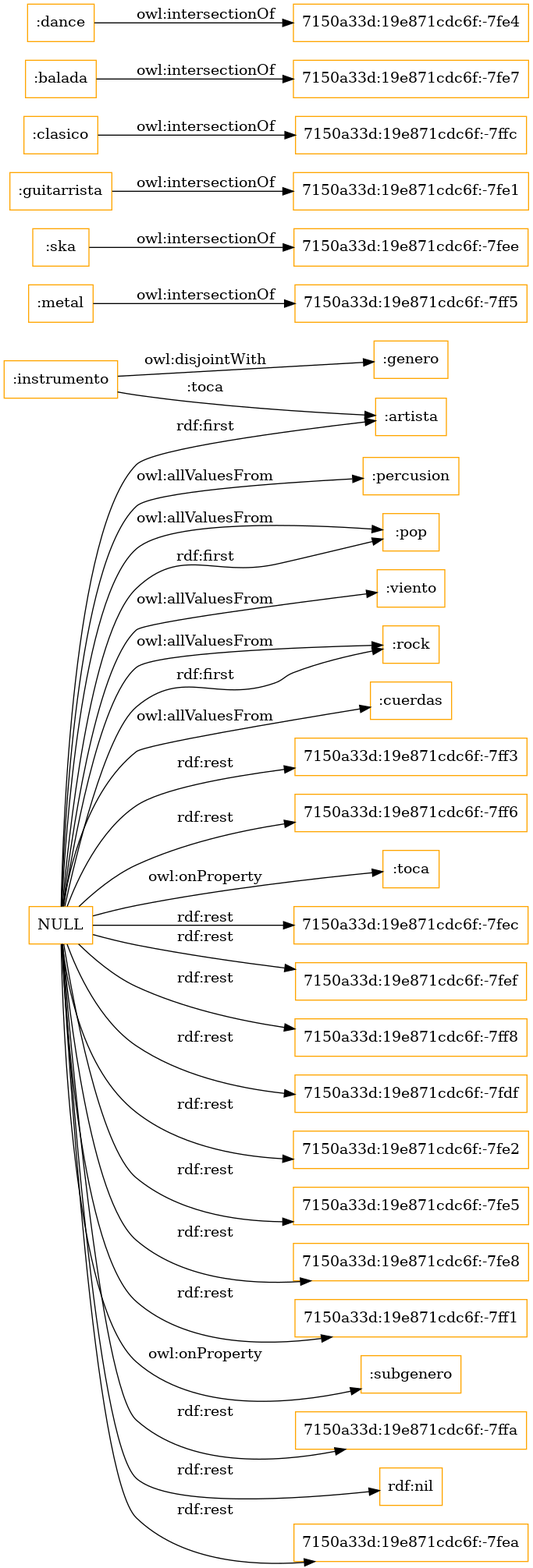
Earlier version of the Graphviz export OnToology/music.owl/diagrams/ar2dtool-class/music.owl.png (OnToologyUser/ontoology_min_ex). Its source is kept beside it as OnToology/music.owl/diagrams/ar2dtool-class/music.owl.png.dot. The source it was exported from:
```dot
digraph ar2dtool_diagram {
rankdir=LR;
size="1501"
node [shape = rectangle, color="orange"]; ":percusion" ":pop" ":metal" ":ska" ":genero" ":guitarrista" ":viento" ":clasico" ":balada" ":rock" ":cuerdas" ":instrumento" ":dance" ":artista" ; /*classes style*/
	":ska" -> "7150a33d:19e871cdc6f:-7fee" [ label = "owl:intersectionOf" ];
	":metal" -> "7150a33d:19e871cdc6f:-7ff5" [ label = "owl:intersectionOf" ];
	":instrumento" -> ":genero" [ label = "owl:disjointWith" ];
	":balada" -> "7150a33d:19e871cdc6f:-7fe7" [ label = "owl:intersectionOf" ];
	":dance" -> "7150a33d:19e871cdc6f:-7fe4" [ label = "owl:intersectionOf" ];
	":guitarrista" -> "7150a33d:19e871cdc6f:-7fe1" [ label = "owl:intersectionOf" ];
	":clasico" -> "7150a33d:19e871cdc6f:-7ffc" [ label = "owl:intersectionOf" ];
	"NULL" -> ":toca" [ label = "owl:onProperty" ];
	"NULL" -> "7150a33d:19e871cdc6f:-7fec" [ label = "rdf:rest" ];
	"NULL" -> "7150a33d:19e871cdc6f:-7fef" [ label = "rdf:rest" ];
	"NULL" -> "7150a33d:19e871cdc6f:-7ff8" [ label = "rdf:rest" ];
	"NULL" -> ":rock" [ label = "rdf:first" ];
	"NULL" -> "7150a33d:19e871cdc6f:-7fdf" [ label = "rdf:rest" ];
	"NULL" -> "7150a33d:19e871cdc6f:-7fe2" [ label = "rdf:rest" ];
	"NULL" -> "7150a33d:19e871cdc6f:-7fe5" [ label = "rdf:rest" ];
	"NULL" -> "7150a33d:19e871cdc6f:-7fe8" [ label = "rdf:rest" ];
	"NULL" -> ":percusion" [ label = "owl:allValuesFrom" ];
	"NULL" -> "7150a33d:19e871cdc6f:-7ff1" [ label = "rdf:rest" ];
	"NULL" -> ":rock" [ label = "owl:allValuesFrom" ];
	"NULL" -> ":subgenero" [ label = "owl:onProperty" ];
	"NULL" -> "7150a33d:19e871cdc6f:-7ffa" [ label = "rdf:rest" ];
	"NULL" -> ":cuerdas" [ label = "owl:allValuesFrom" ];
	"NULL" -> ":viento" [ label = "owl:allValuesFrom" ];
	"NULL" -> "rdf:nil" [ label = "rdf:rest" ];
	"NULL" -> ":pop" [ label = "rdf:first" ];
	"NULL" -> "7150a33d:19e871cdc6f:-7fea" [ label = "rdf:rest" ];
	"NULL" -> "7150a33d:19e871cdc6f:-7ff3" [ label = "rdf:rest" ];
	"NULL" -> "7150a33d:19e871cdc6f:-7ff6" [ label = "rdf:rest" ];
	"NULL" -> ":artista" [ label = "rdf:first" ];
	"NULL" -> ":pop" [ label = "owl:allValuesFrom" ];
	":instrumento" -> ":artista" [ label = ":toca" ];

}
```
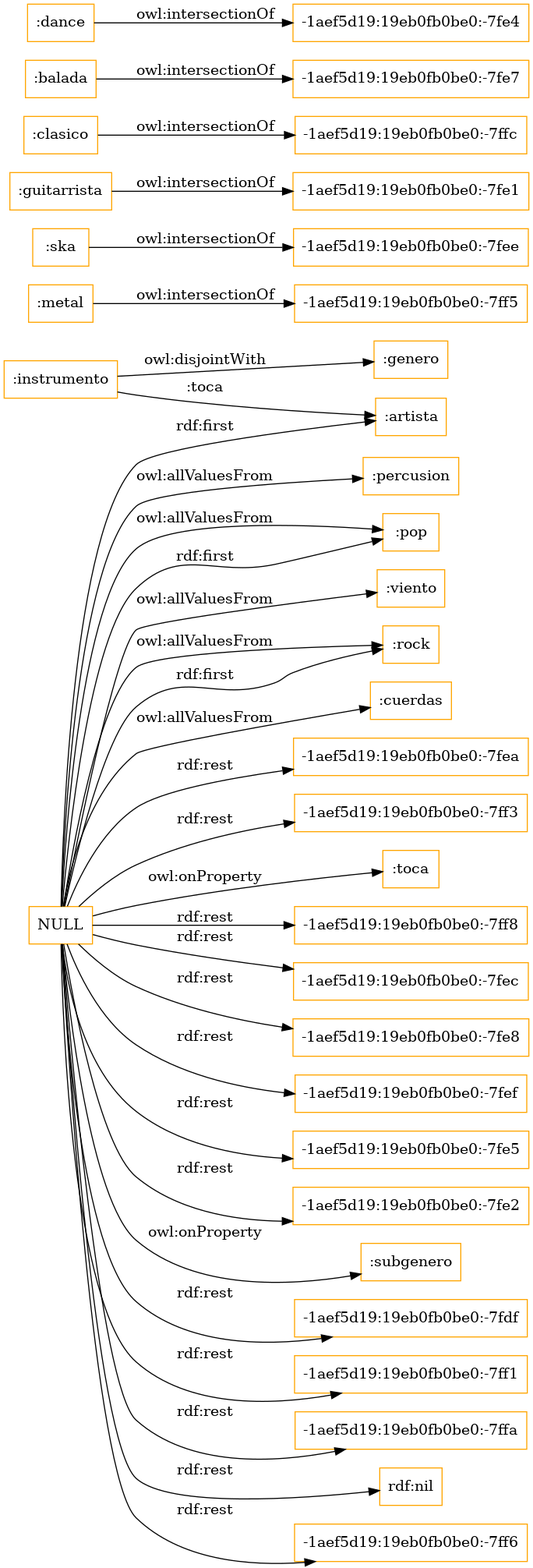
After the change.

Diff of the diagram source:
```diff
@@ -2,34 +2,34 @@
 rankdir=LR;
 size="1501"
 node [shape = rectangle, color="orange"]; ":percusion" ":pop" ":metal" ":ska" ":genero" ":guitarrista" ":viento" ":clasico" ":balada" ":rock" ":cuerdas" ":instrumento" ":dance" ":artista" ; /*classes style*/
-	":ska" -> "7150a33d:19e871cdc6f:-7fee" [ label = "owl:intersectionOf" ];
-	":metal" -> "7150a33d:19e871cdc6f:-7ff5" [ label = "owl:intersectionOf" ];
+	":ska" -> "-1aef5d19:19eb0fb0be0:-7fee" [ label = "owl:intersectionOf" ];
+	":metal" -> "-1aef5d19:19eb0fb0be0:-7ff5" [ label = "owl:intersectionOf" ];
 	":instrumento" -> ":genero" [ label = "owl:disjointWith" ];
-	":balada" -> "7150a33d:19e871cdc6f:-7fe7" [ label = "owl:intersectionOf" ];
-	":dance" -> "7150a33d:19e871cdc6f:-7fe4" [ label = "owl:intersectionOf" ];
-	":guitarrista" -> "7150a33d:19e871cdc6f:-7fe1" [ label = "owl:intersectionOf" ];
-	":clasico" -> "7150a33d:19e871cdc6f:-7ffc" [ label = "owl:intersectionOf" ];
+	":balada" -> "-1aef5d19:19eb0fb0be0:-7fe7" [ label = "owl:intersectionOf" ];
+	":dance" -> "-1aef5d19:19eb0fb0be0:-7fe4" [ label = "owl:intersectionOf" ];
+	":guitarrista" -> "-1aef5d19:19eb0fb0be0:-7fe1" [ label = "owl:intersectionOf" ];
+	":clasico" -> "-1aef5d19:19eb0fb0be0:-7ffc" [ label = "owl:intersectionOf" ];
 	"NULL" -> ":toca" [ label = "owl:onProperty" ];
-	"NULL" -> "7150a33d:19e871cdc6f:-7fec" [ label = "rdf:rest" ];
-	"NULL" -> "7150a33d:19e871cdc6f:-7fef" [ label = "rdf:rest" ];
-	"NULL" -> "7150a33d:19e871cdc6f:-7ff8" [ label = "rdf:rest" ];
+	"NULL" -> "-1aef5d19:19eb0fb0be0:-7ff8" [ label = "rdf:rest" ];
+	"NULL" -> "-1aef5d19:19eb0fb0be0:-7fec" [ label = "rdf:rest" ];
 	"NULL" -> ":rock" [ label = "rdf:first" ];
-	"NULL" -> "7150a33d:19e871cdc6f:-7fdf" [ label = "rdf:rest" ];
-	"NULL" -> "7150a33d:19e871cdc6f:-7fe2" [ label = "rdf:rest" ];
-	"NULL" -> "7150a33d:19e871cdc6f:-7fe5" [ label = "rdf:rest" ];
-	"NULL" -> "7150a33d:19e871cdc6f:-7fe8" [ label = "rdf:rest" ];
+	"NULL" -> "-1aef5d19:19eb0fb0be0:-7fe8" [ label = "rdf:rest" ];
+	"NULL" -> "-1aef5d19:19eb0fb0be0:-7fef" [ label = "rdf:rest" ];
+	"NULL" -> "-1aef5d19:19eb0fb0be0:-7fe5" [ label = "rdf:rest" ];
+	"NULL" -> "-1aef5d19:19eb0fb0be0:-7fe2" [ label = "rdf:rest" ];
 	"NULL" -> ":percusion" [ label = "owl:allValuesFrom" ];
-	"NULL" -> "7150a33d:19e871cdc6f:-7ff1" [ label = "rdf:rest" ];
 	"NULL" -> ":rock" [ label = "owl:allValuesFrom" ];
 	"NULL" -> ":subgenero" [ label = "owl:onProperty" ];
-	"NULL" -> "7150a33d:19e871cdc6f:-7ffa" [ label = "rdf:rest" ];
+	"NULL" -> "-1aef5d19:19eb0fb0be0:-7fdf" [ label = "rdf:rest" ];
+	"NULL" -> "-1aef5d19:19eb0fb0be0:-7ff1" [ label = "rdf:rest" ];
 	"NULL" -> ":cuerdas" [ label = "owl:allValuesFrom" ];
 	"NULL" -> ":viento" [ label = "owl:allValuesFrom" ];
+	"NULL" -> "-1aef5d19:19eb0fb0be0:-7ffa" [ label = "rdf:rest" ];
 	"NULL" -> "rdf:nil" [ label = "rdf:rest" ];
 	"NULL" -> ":pop" [ label = "rdf:first" ];
-	"NULL" -> "7150a33d:19e871cdc6f:-7fea" [ label = "rdf:rest" ];
-	"NULL" -> "7150a33d:19e871cdc6f:-7ff3" [ label = "rdf:rest" ];
-	"NULL" -> "7150a33d:19e871cdc6f:-7ff6" [ label = "rdf:rest" ];
+	"NULL" -> "-1aef5d19:19eb0fb0be0:-7ff6" [ label = "rdf:rest" ];
+	"NULL" -> "-1aef5d19:19eb0fb0be0:-7fea" [ label = "rdf:rest" ];
+	"NULL" -> "-1aef5d19:19eb0fb0be0:-7ff3" [ label = "rdf:rest" ];
 	"NULL" -> ":artista" [ label = "rdf:first" ];
 	"NULL" -> ":pop" [ label = "owl:allValuesFrom" ];
 	":instrumento" -> ":artista" [ label = ":toca" ];
```
